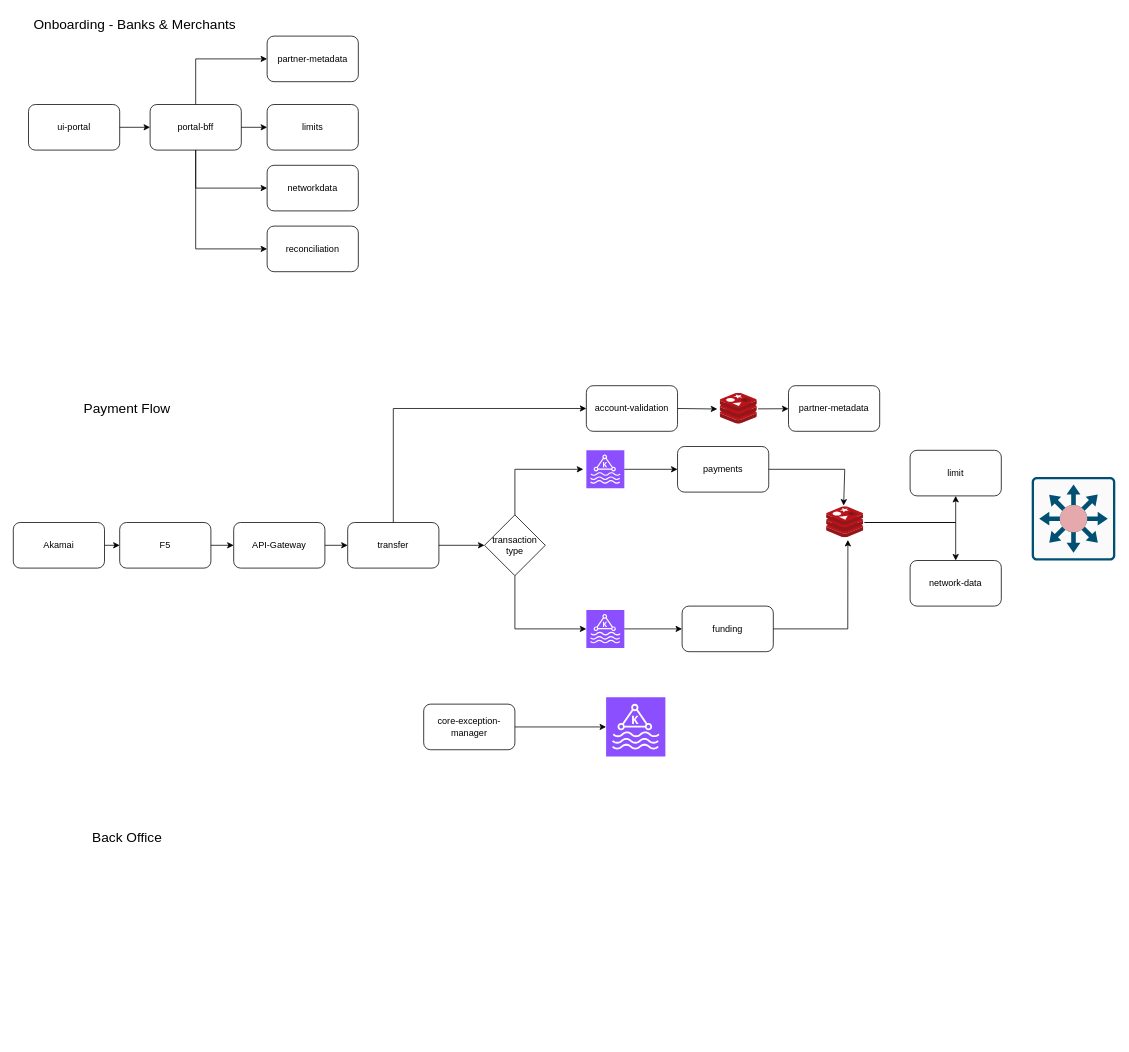
Above: Untitled Diagram.drawio in akhil90s/System_Design (draw.io), before the change. Source tidied: cells renumbered, new cells numbered last; positions are measured from the earlier drawing's top-left corner, leaving out a move shared by most shapes. Both pictures are drawn from the tidied source at 76%, with x=0, y=0 at pixel (13, 13).
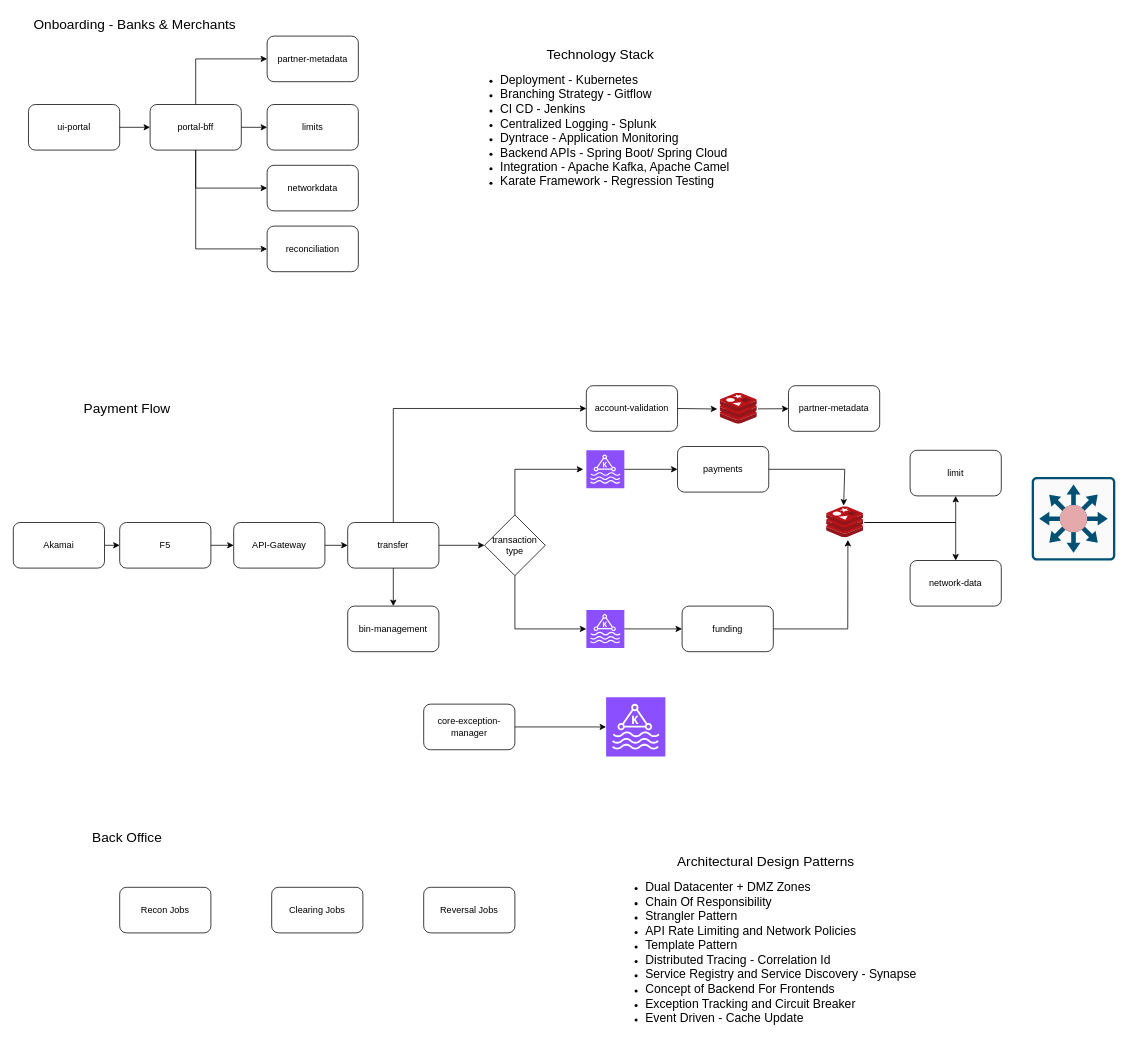
The same diagram, later.

Unchanged cells that the change refers to:
```xml
<mxCell id="15" value="transfer" style="rounded=1;whiteSpace=wrap;html=1;" parent="1" vertex="1">
  <mxGeometry x="440" y="670" width="120" height="60" as="geometry" />
</mxCell>
```

Change to the diagram source:
```diff
@@
+    <mxCell id="50" value="&lt;div style=&quot;text-align: center;&quot;&gt;&lt;font style=&quot;font-size: 18px;&quot;&gt;Technology Stack&lt;/font&gt;&lt;/div&gt;&lt;ul&gt;&lt;li&gt;&lt;font size=&quot;3&quot; style=&quot;&quot;&gt;Deployment - Kubernetes&lt;/font&gt;&lt;/li&gt;&lt;li style=&quot;&quot;&gt;&lt;font size=&quot;3&quot;&gt;Branching Strategy - Gitflow&amp;nbsp;&lt;/font&gt;&lt;/li&gt;&lt;li style=&quot;&quot;&gt;&lt;font size=&quot;3&quot;&gt;CI CD - Jenkins&lt;/font&gt;&lt;/li&gt;&lt;li style=&quot;&quot;&gt;&lt;font size=&quot;3&quot;&gt;Centralized Logging - Splunk&lt;/font&gt;&lt;/li&gt;&lt;li style=&quot;&quot;&gt;&lt;font size=&quot;3&quot;&gt;Dyntrace - Application Monitoring&lt;/font&gt;&lt;/li&gt;&lt;li style=&quot;&quot;&gt;&lt;font size=&quot;3&quot;&gt;Backend APIs - Spring Boot/ Spring Cloud&amp;nbsp;&lt;/font&gt;&lt;/li&gt;&lt;li style=&quot;&quot;&gt;&lt;font size=&quot;3&quot;&gt;Integration - Apache Kafka, Apache Camel&lt;/font&gt;&lt;/li&gt;&lt;li style=&quot;&quot;&gt;&lt;font size=&quot;3&quot;&gt;Karate Framework - Regression Testing&lt;/font&gt;&lt;/li&gt;&lt;/ul&gt;&lt;div&gt;&lt;br&gt;&lt;/div&gt;&lt;div&gt;&lt;br&gt;&lt;/div&gt;" style="text;html=1;align=left;verticalAlign=middle;whiteSpace=wrap;rounded=0;" parent="1" vertex="1">
+      <mxGeometry x="598.8" y="33" width="380" height="250" as="geometry" />
+    </mxCell>
+    <mxCell id="51" value="Recon Jobs" style="rounded=1;whiteSpace=wrap;html=1;" parent="1" vertex="1">
+      <mxGeometry x="140" y="1150" width="120" height="60" as="geometry" />
+    </mxCell>
+    <mxCell id="52" value="Clearing Jobs" style="rounded=1;whiteSpace=wrap;html=1;" parent="1" vertex="1">
+      <mxGeometry x="340" y="1150" width="120" height="60" as="geometry" />
+    </mxCell>
+    <mxCell id="53" value="Reversal Jobs" style="rounded=1;whiteSpace=wrap;html=1;" parent="1" vertex="1">
+      <mxGeometry x="540" y="1150" width="120" height="60" as="geometry" />
+    </mxCell>
+    <mxCell id="54" value="bin-management" style="rounded=1;whiteSpace=wrap;html=1;" parent="1" vertex="1">
+      <mxGeometry x="440" y="780" width="120" height="60" as="geometry" />
+    </mxCell>
+    <mxCell id="55" style="endArrow=classic;html=1;rounded=0;exitX=0.5;exitY=1;exitDx=0;exitDy=0;entryX=0.5;entryY=0;entryDx=0;entryDy=0;" parent="1" edge="1" source="15" target="54">
+      <mxGeometry relative="1" as="geometry" />
+    </mxCell>
+    <mxCell id="56" value="&lt;div style=&quot;&quot;&gt;&lt;div style=&quot;text-align: center;&quot;&gt;&lt;font style=&quot;font-size: 18px;&quot;&gt;Architectural Design Patterns&lt;/font&gt;&lt;/div&gt;&lt;ul&gt;&lt;li&gt;&lt;font style=&quot;font-size: 16px;&quot;&gt;Dual Datacenter + DMZ Zones&lt;/font&gt;&lt;/li&gt;&lt;li&gt;&lt;font size=&quot;3&quot;&gt;Chain Of Responsibility&amp;nbsp;&lt;/font&gt;&lt;/li&gt;&lt;li&gt;&lt;font size=&quot;3&quot;&gt;Strangler Pattern&lt;/font&gt;&lt;/li&gt;&lt;li&gt;&lt;font size=&quot;3&quot;&gt;API Rate Limiting and Network Policies&lt;/font&gt;&lt;/li&gt;&lt;li&gt;&lt;font size=&quot;3&quot;&gt;Template Pattern&lt;/font&gt;&lt;/li&gt;&lt;li&gt;&lt;font size=&quot;3&quot;&gt;Distributed Tracing - Correlation Id&lt;/font&gt;&lt;/li&gt;&lt;li&gt;&lt;font size=&quot;3&quot;&gt;Service Registry and Service Discovery - Synapse&lt;/font&gt;&lt;/li&gt;&lt;li&gt;&lt;font size=&quot;3&quot;&gt;Concept of Backend For Frontends&lt;/font&gt;&lt;/li&gt;&lt;li&gt;&lt;font size=&quot;3&quot;&gt;Exception Tracking and Circuit Breaker&lt;/font&gt;&lt;/li&gt;&lt;li&gt;&lt;font size=&quot;3&quot;&gt;Event Driven - Cache Update&lt;/font&gt;&lt;/li&gt;&lt;/ul&gt;&lt;/div&gt;" style="text;html=1;align=left;verticalAlign=middle;whiteSpace=wrap;rounded=0;" parent="1" vertex="1">
+      <mxGeometry x="790" y="1100" width="420" height="250" as="geometry" />
+    </mxCell>
```
